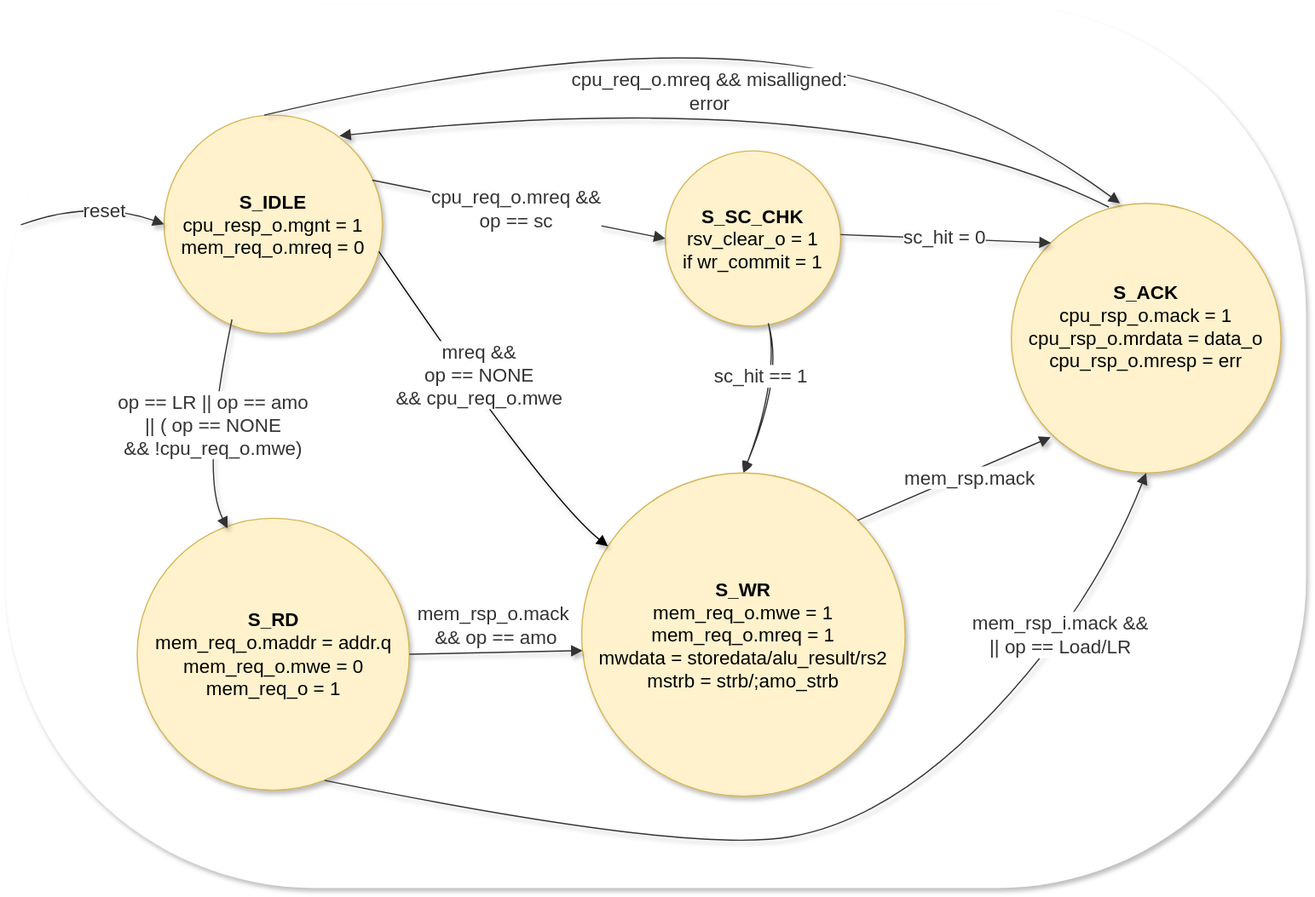
The draw.io diagram document/memss/fsm_state_sequence_des.svg in ADN-VLSI/adn_memss, before a commit. Source tidied: cells renumbered, new cells last; positions are measured from the earlier drawing's top-left corner, leaving out a move shared by most shapes.
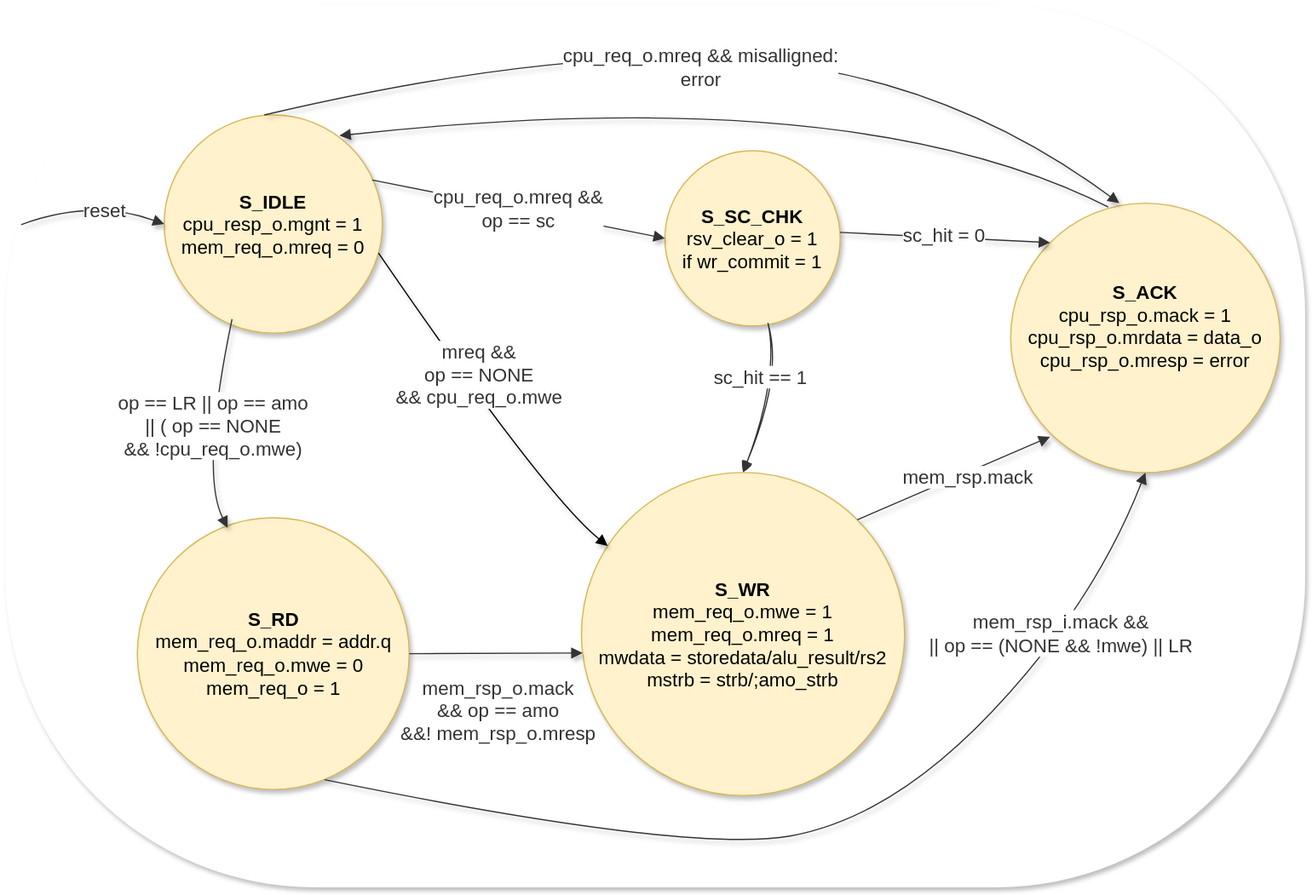
The same diagram one commit later.

Commit message:
Basic Allignment 	modified:   document/memss/fsm_state_sequence_des.svg

What changed in the source:
```diff
@@ -24,7 +24,7 @@
     <mxCell id="7" value="&lt;b&gt;S_SC_CHK&lt;/b&gt;&#10;rsv_clear_o = 1&#10;if wr_commit = 1" style="ellipse;html=1;strokeWidth=1;whiteSpace=wrap;fillColor=#fff2cc;strokeColor=#d6b656;fontFamily=Trebuchet MS,Verdana,Arial,sans-serif;fontSize=16;textShadow=0;shadow=1;" parent="1" vertex="1">
       <mxGeometry x="553" y="122" width="147" height="147" as="geometry" />
     </mxCell>
-    <mxCell id="8" value="&lt;b&gt;S_ACK&lt;/b&gt;&lt;br&gt;cpu_rsp_o.mack = 1&lt;br&gt;cpu_rsp_o.mrdata = data_o&lt;br&gt;cpu_rsp_o.mresp = err&lt;div&gt;&lt;br/&gt;&lt;/div&gt;" style="ellipse;html=1;strokeWidth=1;whiteSpace=wrap;fillColor=#fff2cc;strokeColor=#d6b656;fontFamily=Trebuchet MS,Verdana,Arial,sans-serif;fontSize=16;textShadow=0;shadow=1;" parent="1" vertex="1">
+    <mxCell id="8" value="&lt;b&gt;S_ACK&lt;/b&gt;&lt;br&gt;cpu_rsp_o.mack = 1&lt;br&gt;cpu_rsp_o.mrdata = data_o&lt;br&gt;cpu_rsp_o.mresp = error&lt;div&gt;&lt;br&gt;&lt;/div&gt;" style="ellipse;html=1;strokeWidth=1;whiteSpace=wrap;fillColor=#fff2cc;strokeColor=#d6b656;fontFamily=Trebuchet MS,Verdana,Arial,sans-serif;fontSize=16;textShadow=0;shadow=1;" parent="1" vertex="1">
       <mxGeometry x="843" y="166" width="226" height="226" as="geometry" />
     </mxCell>
     <mxCell id="9" value="reset" style="curved=1;startArrow=none;endArrow=block;endSize=7;strokeColor=light-dark(#333333,#cccccc);html=1;fontSize=16;labelBackgroundColor=default;fontFamily=Trebuchet MS,Verdana,Arial,sans-serif;fontColor=light-dark(#333333,#cccccc);entryX=0;entryY=0.5;rounded=0;textShadow=0;shadow=1;" parent="1" edge="1" target="4">
@@ -48,8 +48,8 @@
         </Array>
       </mxGeometry>
     </mxCell>
-    <mxCell id="13" value="mem_rsp_o.mack&amp;nbsp;&lt;div&gt;&amp;amp;&amp;amp; op == amo&lt;/div&gt;" style="curved=1;startArrow=none;endArrow=block;endSize=7;strokeColor=light-dark(#333333,#cccccc);html=1;fontSize=16;labelBackgroundColor=none;fontFamily=Trebuchet MS,Verdana,Arial,sans-serif;fontColor=light-dark(#333333,#cccccc);exitX=1;exitY=0.5;entryX=0;entryY=0.56;rounded=0;exitDx=0;exitDy=0;flowAnimation=0;textShadow=0;shadow=1;" parent="1" edge="1" source="5" target="6">
-      <mxGeometry x="0.03" y="22" relative="1" as="geometry" />
+    <mxCell id="13" value="mem_rsp_o.mack&amp;nbsp;&lt;div&gt;&amp;amp;&amp;amp; op == amo &lt;br&gt;&amp;amp;&amp;amp;!&lt;span style=&quot;color: rgb(51, 51, 51); background-color: transparent;&quot;&gt;mem_rsp_o.mresp&lt;/span&gt;&lt;span style=&quot;color: rgb(63, 63, 63); background-color: transparent;&quot;&gt;&amp;nbsp;&lt;/span&gt;&lt;/div&gt;" style="curved=1;startArrow=none;endArrow=block;endSize=7;strokeColor=light-dark(#333333,#cccccc);html=1;fontSize=16;labelBackgroundColor=none;fontFamily=Trebuchet MS,Verdana,Arial,sans-serif;fontColor=light-dark(#333333,#cccccc);exitX=1;exitY=0.5;entryX=0;entryY=0.56;rounded=0;exitDx=0;exitDy=0;flowAnimation=0;textShadow=0;shadow=1;" parent="1" edge="1" source="5" target="6">
+      <mxGeometry x="0.02" y="-48" relative="1" as="geometry" />
     </mxCell>
     <mxCell id="14" value="sc_hit == 1" style="curved=1;startArrow=none;endArrow=block;endSize=7;strokeColor=light-dark(#333333,#cccccc);html=1;fontSize=16;labelBackgroundColor=default;fontFamily=Trebuchet MS,Verdana,Arial,sans-serif;fontColor=light-dark(#333333,#cccccc);exitX=0.588;exitY=0.985;entryX=0.5;entryY=0;rounded=0;entryDx=0;entryDy=0;exitDx=0;exitDy=0;exitPerimeter=0;textShadow=0;sketch=1;curveFitting=1;jiggle=2;" parent="1" edge="1" source="7" target="6">
       <mxGeometry x="-0.19" y="-15" relative="1" as="geometry">
@@ -59,7 +59,7 @@
       </mxGeometry>
     </mxCell>
     <mxCell id="15" value="&lt;span&gt;cpu_req_o.mreq &amp;amp;&amp;amp; misalligned:&lt;br&gt;error&lt;/span&gt;" style="curved=1;fixDash=1;startArrow=none;endArrow=block;endSize=7;strokeColor=light-dark(#333333,#cccccc);html=1;fontSize=16;labelBackgroundColor=default;fontFamily=Trebuchet MS,Verdana,Arial,sans-serif;fontColor=light-dark(#333333,#cccccc);exitX=0.459;exitY=0;entryX=0.403;entryY=0;rounded=0;exitDx=0;exitDy=0;exitPerimeter=0;entryDx=0;entryDy=0;entryPerimeter=0;flowAnimation=0;textShadow=0;shadow=1;" parent="1" edge="1" source="4" target="8">
-      <mxGeometry x="0.01" y="-29" relative="1" as="geometry">
+      <mxGeometry x="-0.01" y="-10" relative="1" as="geometry">
         <Array as="points">
           <mxPoint x="473" y="32" />
           <mxPoint x="793" y="62" />
@@ -78,7 +78,7 @@
         <mxPoint x="876" y="362" as="targetPoint" />
       </mxGeometry>
     </mxCell>
-    <mxCell id="18" value="mem_rsp_i.mack &amp;amp;&amp;amp;&lt;br&gt;|| op == Load/LR" style="curved=1;startArrow=none;endArrow=block;endSize=7;strokeColor=light-dark(#333333,#cccccc);html=1;fontSize=16;labelBackgroundColor=default;fontFamily=Trebuchet MS,Verdana,Arial,sans-serif;fontColor=light-dark(#333333,#cccccc);exitX=0.689;exitY=0.964;entryX=0.5;entryY=1;rounded=0;entryDx=0;entryDy=0;exitDx=0;exitDy=0;exitPerimeter=0;textShadow=0;shadow=1;" parent="1" edge="1" source="5" target="8">
+    <mxCell id="18" value="mem_rsp_i.mack &amp;amp;&amp;amp;&lt;br&gt;|| op == (NONE &amp;amp;&amp;amp; !mwe) || LR" style="curved=1;startArrow=none;endArrow=block;endSize=7;strokeColor=light-dark(#333333,#cccccc);html=1;fontSize=16;labelBackgroundColor=default;fontFamily=Trebuchet MS,Verdana,Arial,sans-serif;fontColor=light-dark(#333333,#cccccc);exitX=0.689;exitY=0.964;entryX=0.5;entryY=1;rounded=0;entryDx=0;entryDy=0;exitDx=0;exitDy=0;exitPerimeter=0;textShadow=0;shadow=1;" parent="1" edge="1" source="5" target="8">
       <mxGeometry x="0.64" y="3" relative="1" as="geometry">
         <Array as="points">
           <mxPoint x="573" y="712" />
```
